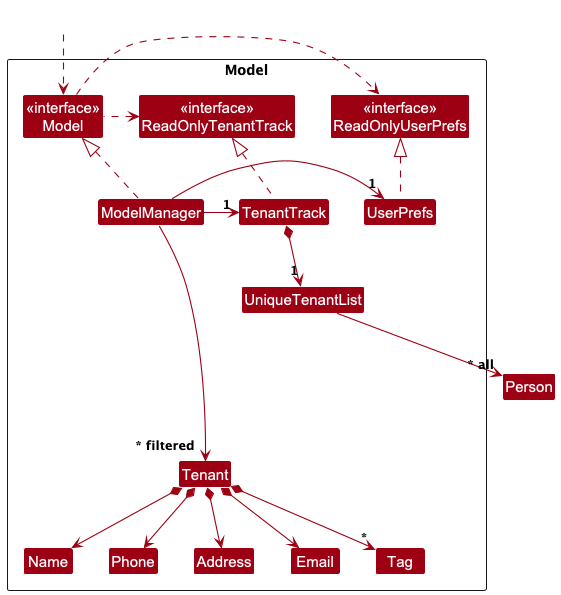
The PlantUML diagram docs/images/ModelClassDiagram.png in namitdeb739/tp, before a commit. The source it was exported from:
```plantuml
@startuml
!include style.puml
skinparam arrowThickness 1.1
skinparam arrowColor MODEL_COLOR
skinparam classBackgroundColor MODEL_COLOR

Package Model as ModelPackage <<Rectangle>>{
Class "<<interface>>\nReadOnlyTenantTrack" as ReadOnlyTenantTrack
Class "<<interface>>\nReadOnlyUserPrefs" as ReadOnlyUserPrefs
Class "<<interface>>\nModel" as Model
Class TenantTrack
Class ModelManager
Class UserPrefs

Class UniqueTenantList
Class Tenant
Class Address
Class Email
Class Name
Class Phone
Class Tag

Class I #FFFFFF
}

Class HiddenOutside #FFFFFF
HiddenOutside ..> Model

TenantTrack .up.|> ReadOnlyTenantTrack

ModelManager .up.|> Model
Model .right.> ReadOnlyUserPrefs
Model .left.> ReadOnlyTenantTrack
ModelManager -left-> "1" TenantTrack
ModelManager -right-> "1" UserPrefs
UserPrefs .up.|> ReadOnlyUserPrefs

TenantTrack *--> "1" UniqueTenantList
UniqueTenantList --> "~* all" Person
Tenant *--> Name
Tenant *--> Phone
Tenant *--> Email
Tenant *--> Address
Tenant *--> "*" Tag

Tenant -[hidden]up--> I
UniqueTenantList -[hidden]right-> I

Name -[hidden]right-> Phone
Phone -[hidden]right-> Address
Address -[hidden]right-> Email

ModelManager --> "~* filtered" Tenant
@enduml
```
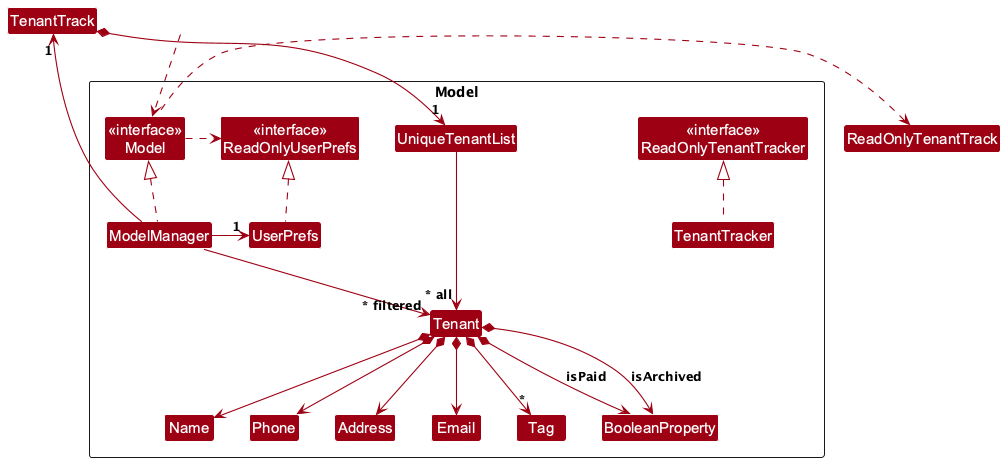
After the change.

Diff of the diagram source:
```diff
@@ -5,10 +5,10 @@
 skinparam classBackgroundColor MODEL_COLOR
 
 Package Model as ModelPackage <<Rectangle>>{
-Class "<<interface>>\nReadOnlyTenantTrack" as ReadOnlyTenantTrack
+Class "<<interface>>\nReadOnlyTenantTracker" as ReadOnlyTenantTracker
 Class "<<interface>>\nReadOnlyUserPrefs" as ReadOnlyUserPrefs
 Class "<<interface>>\nModel" as Model
-Class TenantTrack
+Class TenantTracker
 Class ModelManager
 Class UserPrefs
 
@@ -19,6 +19,7 @@
 Class Name
 Class Phone
 Class Tag
+Class BooleanProperty
 
 Class I #FFFFFF
 }
@@ -26,7 +27,7 @@
 Class HiddenOutside #FFFFFF
 HiddenOutside ..> Model
 
-TenantTrack .up.|> ReadOnlyTenantTrack
+TenantTracker .up.|> ReadOnlyTenantTracker
 
 ModelManager .up.|> Model
 Model .right.> ReadOnlyUserPrefs
@@ -36,12 +37,14 @@
 UserPrefs .up.|> ReadOnlyUserPrefs
 
 TenantTrack *--> "1" UniqueTenantList
-UniqueTenantList --> "~* all" Person
+UniqueTenantList --> "~* all" Tenant
 Tenant *--> Name
 Tenant *--> Phone
 Tenant *--> Email
 Tenant *--> Address
 Tenant *--> "*" Tag
+Tenant *--> BooleanProperty : isPaid
+Tenant *--> BooleanProperty : isArchived
 
 Tenant -[hidden]up--> I
 UniqueTenantList -[hidden]right-> I
```
